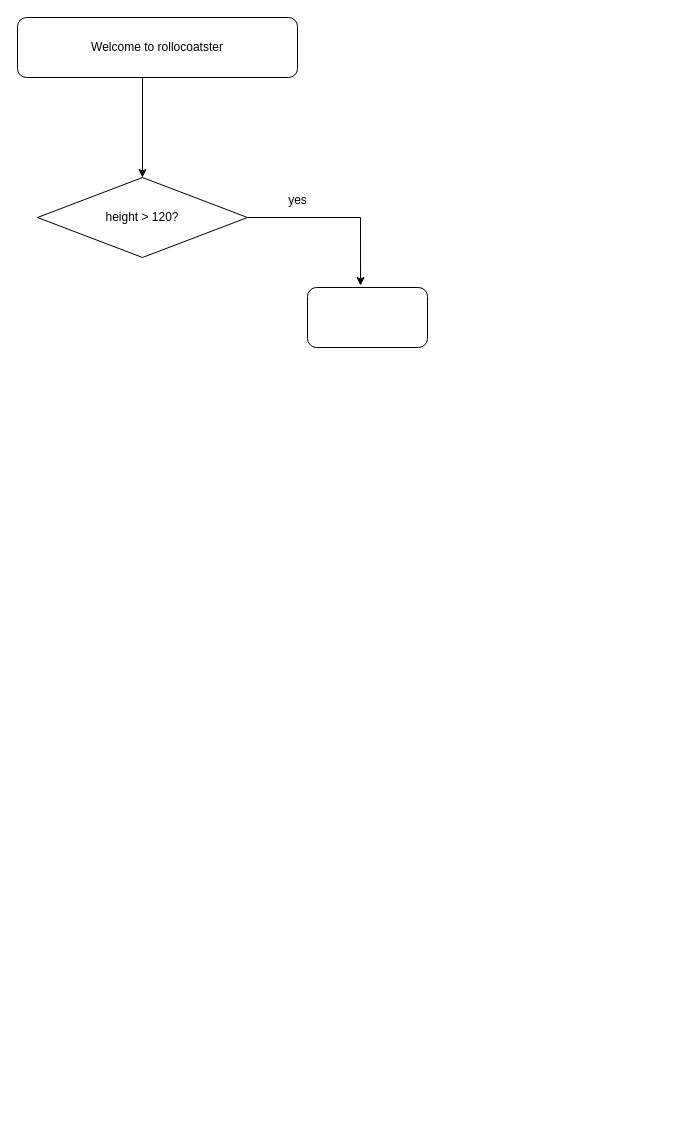
This is Untitled Diagram.drawio from hilarioxprt/mypyprojects, a draw.io file, before an edit. Source tidied: cells renumbered, new cells numbered last; positions are measured from the earlier drawing's top-left corner, leaving out a move shared by most shapes. Both pictures are drawn from the tidied source at 100%, with x=0, y=0 at pixel (17, 17).
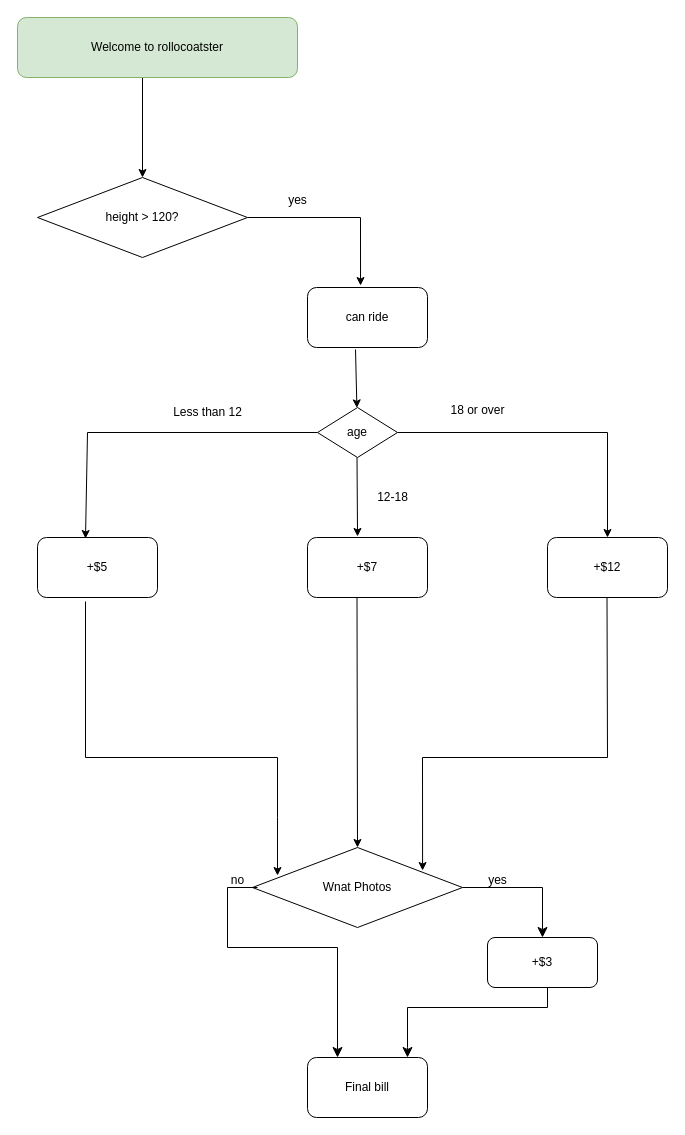
Above is the later version.

Diff of the diagram source:
```diff
@@
-    <mxCell id="5" value="Welcome to rollocoatster" style="rounded=1;whiteSpace=wrap;html=1;" parent="1" vertex="1">
+    <mxCell id="5" value="Welcome to rollocoatster" style="rounded=1;whiteSpace=wrap;html=1;fillColor=#d5e8d4;strokeColor=#82b366;" parent="1" vertex="1">
       <mxGeometry width="280" height="60" as="geometry" />
     </mxCell>
-    <mxCell id="6" style="rounded=1;whiteSpace=wrap;html=1;" parent="1" vertex="1">
+    <mxCell id="6" value="can ride" style="rounded=1;whiteSpace=wrap;html=1;" parent="1" vertex="1">
       <mxGeometry x="290" y="270" width="120" height="60" as="geometry" />
     </mxCell>
@@
+    <mxCell id="8" style="endArrow=classic;html=1;rounded=0;exitX=0.4;exitY=1.033;exitDx=0;exitDy=0;exitPerimeter=0;" parent="1" edge="1" source="6" target="9">
+      <mxGeometry relative="1" as="geometry" />
+    </mxCell>
+    <mxCell id="9" value="age" style="rhombus;whiteSpace=wrap;html=1;" parent="1" vertex="1">
+      <mxGeometry x="300" y="390" width="80" height="50" as="geometry" />
+    </mxCell>
+    <mxCell id="10" style="endArrow=classic;html=1;rounded=0;entryX=0.417;entryY=-0.017;entryDx=0;entryDy=0;entryPerimeter=0;" parent="1" edge="1" target="15">
+      <mxGeometry relative="1" as="geometry">
+        <mxPoint x="339.5" y="440" as="sourcePoint" />
+      </mxGeometry>
+    </mxCell>
+    <mxCell id="11" style="endArrow=classic;html=1;rounded=0;exitX=1;exitY=0.5;exitDx=0;exitDy=0;" parent="1" edge="1" source="9" target="12">
+      <mxGeometry relative="1" as="geometry">
+        <Array as="points">
+          <mxPoint x="590" y="415" />
+        </Array>
+      </mxGeometry>
+    </mxCell>
+    <mxCell id="12" value="+$12" style="rounded=1;whiteSpace=wrap;html=1;" parent="1" vertex="1">
+      <mxGeometry x="530" y="520" width="120" height="60" as="geometry" />
+    </mxCell>
+    <mxCell id="13" style="endArrow=classic;html=1;rounded=0;exitX=0;exitY=0.5;exitDx=0;exitDy=0;entryX=0.4;entryY=0.017;entryDx=0;entryDy=0;entryPerimeter=0;" parent="1" edge="1" source="9" target="14">
+      <mxGeometry relative="1" as="geometry">
+        <Array as="points">
+          <mxPoint x="70" y="415" />
+        </Array>
+      </mxGeometry>
+    </mxCell>
+    <mxCell id="14" value="+$5" style="rounded=1;whiteSpace=wrap;html=1;" parent="1" vertex="1">
+      <mxGeometry x="20" y="520" width="120" height="60" as="geometry" />
+    </mxCell>
+    <mxCell id="15" value="+$7" style="rounded=1;whiteSpace=wrap;html=1;" parent="1" vertex="1">
+      <mxGeometry x="290" y="520" width="120" height="60" as="geometry" />
+    </mxCell>
+    <mxCell id="16" style="endArrow=classic;html=1;rounded=0;exitX=0.4;exitY=1.067;exitDx=0;exitDy=0;exitPerimeter=0;entryX=0.119;entryY=0.35;entryDx=0;entryDy=0;entryPerimeter=0;" parent="1" edge="1" source="14" target="19">
+      <mxGeometry relative="1" as="geometry">
+        <Array as="points">
+          <mxPoint x="68" y="740" />
+          <mxPoint x="260" y="740" />
+          <mxPoint x="260" y="800" />
+        </Array>
+      </mxGeometry>
+    </mxCell>
+    <mxCell id="17" style="endArrow=classic;html=1;rounded=0;exitX=0.4;exitY=1.067;exitDx=0;exitDy=0;exitPerimeter=0;entryX=0.5;entryY=0;entryDx=0;entryDy=0;" parent="1" edge="1" target="19">
+      <mxGeometry relative="1" as="geometry">
+        <mxPoint x="339.5" y="580" as="sourcePoint" />
+      </mxGeometry>
+    </mxCell>
+    <mxCell id="18" style="endArrow=classic;html=1;rounded=0;exitX=0.4;exitY=1.067;exitDx=0;exitDy=0;exitPerimeter=0;entryX=0.81;entryY=0.288;entryDx=0;entryDy=0;entryPerimeter=0;" parent="1" edge="1" target="19">
+      <mxGeometry relative="1" as="geometry">
+        <mxPoint x="589.5" y="580" as="sourcePoint" />
+        <Array as="points">
+          <mxPoint x="590" y="740" />
+          <mxPoint x="405" y="740" />
+        </Array>
+      </mxGeometry>
+    </mxCell>
+    <mxCell id="19" value="Wnat Photos" style="rhombus;whiteSpace=wrap;html=1;" parent="1" vertex="1">
+      <mxGeometry x="235" y="830" width="210" height="80" as="geometry" />
+    </mxCell>
+    <mxCell id="20" style="edgeStyle=segmentEdgeStyle;endArrow=classic;html=1;curved=0;rounded=0;endSize=8;startSize=8;sourcePerimeterSpacing=0;targetPerimeterSpacing=0;" parent="1" edge="1">
+      <mxGeometry relative="1" as="geometry">
+        <mxPoint x="240" y="870" as="sourcePoint" />
+        <mxPoint x="320" y="1040" as="targetPoint" />
+        <Array as="points">
+          <mxPoint x="210" y="870" />
+          <mxPoint x="210" y="930" />
+          <mxPoint x="320" y="930" />
+        </Array>
+      </mxGeometry>
+    </mxCell>
+    <mxCell id="21" style="edgeStyle=segmentEdgeStyle;endArrow=classic;html=1;curved=0;rounded=0;endSize=8;startSize=8;sourcePerimeterSpacing=0;targetPerimeterSpacing=0;" parent="1" edge="1">
+      <mxGeometry relative="1" as="geometry">
+        <mxPoint x="445" y="870" as="sourcePoint" />
+        <mxPoint x="525" y="920" as="targetPoint" />
+        <Array as="points">
+          <mxPoint x="525" y="870" />
+        </Array>
+      </mxGeometry>
+    </mxCell>
+    <mxCell id="22" value="+$3" style="rounded=1;whiteSpace=wrap;html=1;" parent="1" vertex="1">
+      <mxGeometry x="470" y="920" width="110" height="50" as="geometry" />
+    </mxCell>
+    <mxCell id="23" style="edgeStyle=segmentEdgeStyle;endArrow=classic;html=1;curved=0;rounded=0;endSize=8;startSize=8;sourcePerimeterSpacing=0;targetPerimeterSpacing=0;" parent="1" edge="1">
+      <mxGeometry relative="1" as="geometry">
+        <mxPoint x="530" y="970" as="sourcePoint" />
+        <mxPoint x="390" y="1040" as="targetPoint" />
+        <Array as="points">
+          <mxPoint x="530" y="990" />
+          <mxPoint x="390" y="990" />
+          <mxPoint x="390" y="1030" />
+        </Array>
+      </mxGeometry>
+    </mxCell>
+    <mxCell id="24" value="Final bill" style="rounded=1;whiteSpace=wrap;html=1;" parent="1" vertex="1">
+      <mxGeometry x="290" y="1040" width="120" height="60" as="geometry" />
+    </mxCell>
+    <mxCell id="25" value="Less than 12" style="text;html=1;align=center;verticalAlign=middle;strokeColor=none;fillColor=none;" parent="1" vertex="1">
+      <mxGeometry x="145" y="380" width="90" height="30" as="geometry" />
+    </mxCell>
+    <mxCell id="26" value="18 or over" style="text;html=1;align=center;verticalAlign=middle;strokeColor=none;fillColor=none;" parent="1" vertex="1">
+      <mxGeometry x="420" y="378" width="80" height="30" as="geometry" />
+    </mxCell>
+    <mxCell id="27" value="12-18" style="text;html=1;align=center;verticalAlign=middle;strokeColor=none;fillColor=none;" parent="1" vertex="1">
+      <mxGeometry x="350" y="465" width="50" height="30" as="geometry" />
+    </mxCell>
+    <mxCell id="28" value="no" style="text;html=1;align=center;verticalAlign=middle;strokeColor=none;fillColor=none;" parent="1" vertex="1">
+      <mxGeometry x="200" y="848" width="40" height="30" as="geometry" />
+    </mxCell>
+    <mxCell id="29" value="yes" style="text;html=1;align=center;verticalAlign=middle;strokeColor=none;fillColor=none;" parent="1" vertex="1">
+      <mxGeometry x="460" y="848" width="40" height="30" as="geometry" />
+    </mxCell>
```
